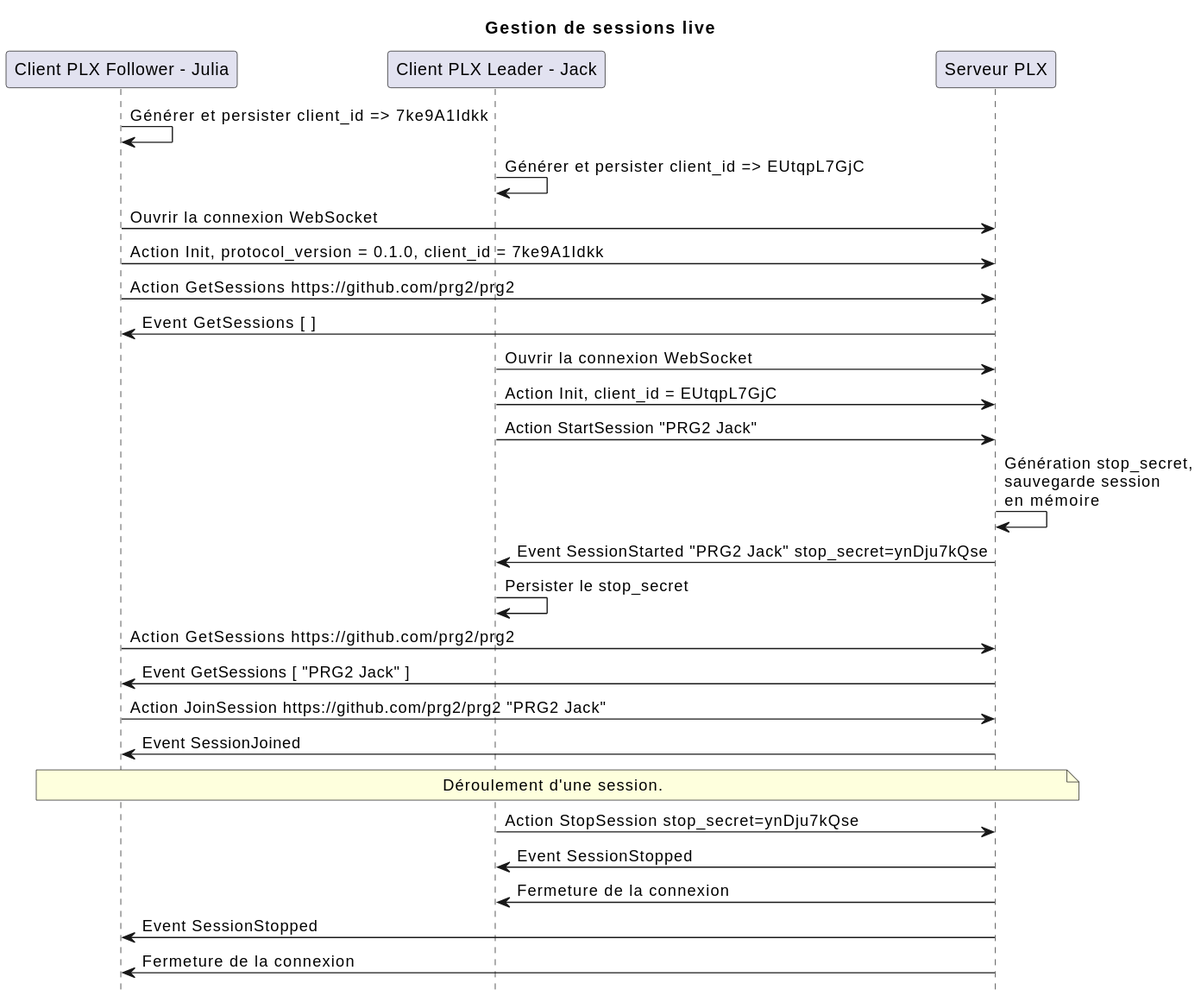
Earlier version of the PlantUML export report/protocol/diagrams/session.svg (samuelroland/tb-docs).
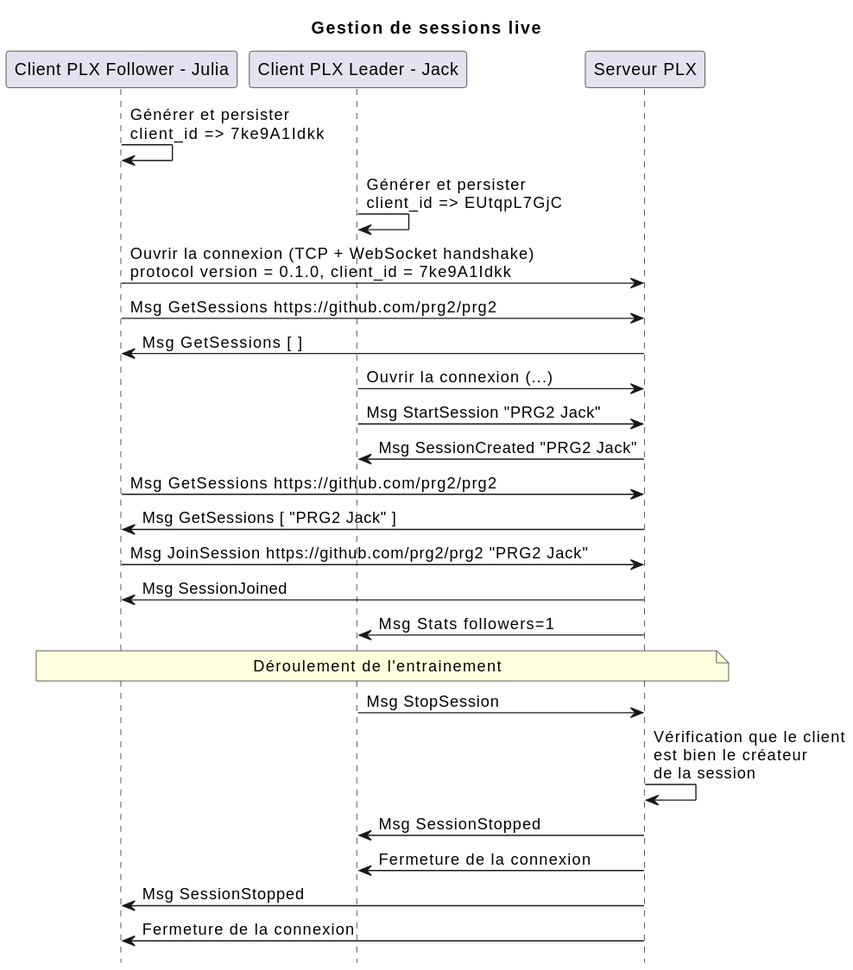
The same file after the commit.

Commit message:
Refactor session.puml with simpler protocol, add basic training.puml

What changed in the source:
```diff
@@ -7,35 +7,29 @@
 participant "Client PLX Leader - Jack" as leader
 participant "Serveur PLX" as server
 
-follower -> follower: Générer et persister client_id => 7ke9A1Idkk
-leader -> leader: Générer et persister client_id => EUtqpL7GjC
+follower -> follower: Générer et persister\nclient_id => 7ke9A1Idkk
+leader -> leader: Générer et persister\nclient_id => EUtqpL7GjC
 
-follower -> server: Ouvrir la connexion WebSocket
-follower -> server: Action Init, protocol_version = 0.1.0, client_id = 7ke9A1Idkk
-follower -> server: Action GetSessions https://github.com/prg2/prg2
-server -> follower: Event GetSessions [  ]
+follower -> server: Ouvrir la connexion (TCP + WebSocket handshake)\nprotocol version = 0.1.0, client_id = 7ke9A1Idkk
+follower -> server: Msg GetSessions https://github.com/prg2/prg2
+server -> follower: Msg GetSessions [  ]
 
-leader -> server: Ouvrir la connexion WebSocket
-leader -> server: Action Init, client_id = EUtqpL7GjC
-leader -> server: Action StartSession "PRG2 Jack"
-server -> server: Génération stop_secret,\nsauvegarde session\nen mémoire
-server -> leader: Event SessionStarted "PRG2 Jack" stop_secret=ynDju7kQse
-leader -> leader: Persister le stop_secret
+leader -> server: Ouvrir la connexion (...)
+leader -> server: Msg StartSession "PRG2 Jack"
+server -> leader: Msg SessionCreated "PRG2 Jack"
 
-follower -> server: Action GetSessions https://github.com/prg2/prg2
-server -> follower: Event GetSessions [ "PRG2 Jack" ]
-follower -> server: Action JoinSession https://github.com/prg2/prg2 "PRG2 Jack"
-server -> follower: Event SessionJoined
+follower -> server: Msg GetSessions https://github.com/prg2/prg2
+server -> follower: Msg GetSessions [ "PRG2 Jack" ]
+follower -> server: Msg JoinSession https://github.com/prg2/prg2 "PRG2 Jack"
+server -> follower: Msg SessionJoined
+server -> leader: Msg Stats followers=1
 
-note over follower, server: Déroulement d'une session.
-leader -> server: Action StopSession stop_secret=ynDju7kQse
-server -> leader: Event SessionStopped
+note over follower, server: Déroulement de l'entrainement
+leader -> server: Msg StopSession
+server -> server: Vérification que le client\nest bien le créateur\nde la session
+server -> leader: Msg SessionStopped
 server -> leader: Fermeture de la connexion
-server -> follower: Event SessionStopped
+server -> follower: Msg SessionStopped
 server -> follower: Fermeture de la connexion
 
-
-
-
-
 @enduml
```
